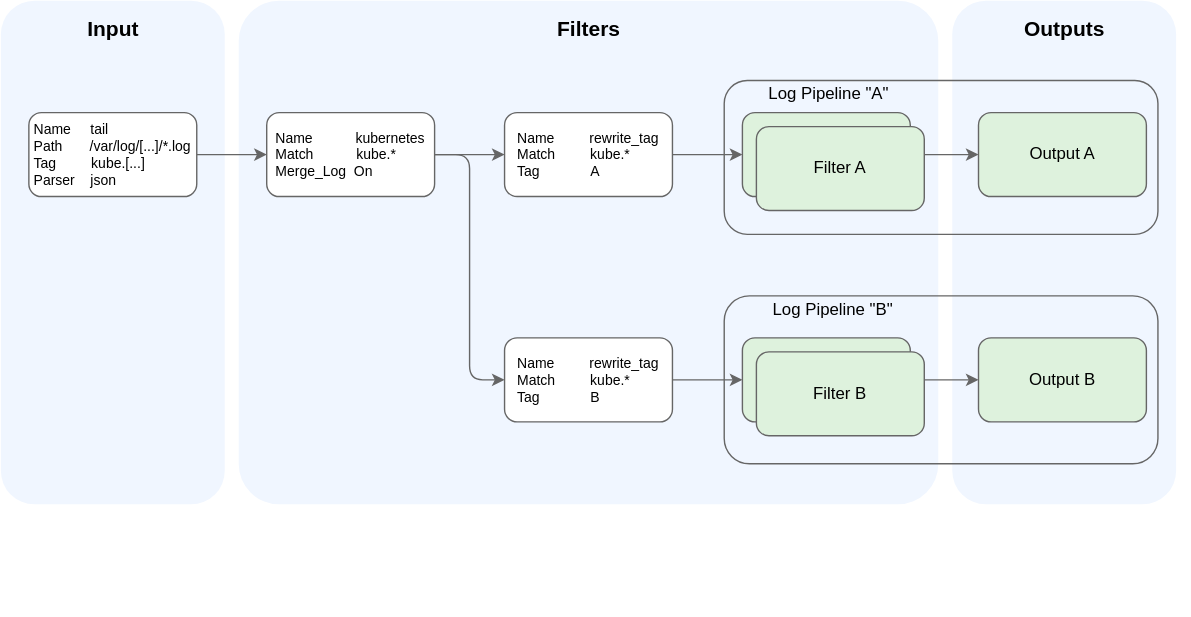
Before: docs/user/assets/logs-pipelines.drawio.svg, a diagram exported from draw.io (kyma-project/telemetry-manager). Source tidied: cells renumbered, new cells last; positions are measured from the earlier drawing's top-left corner, leaving out a move shared by most shapes.
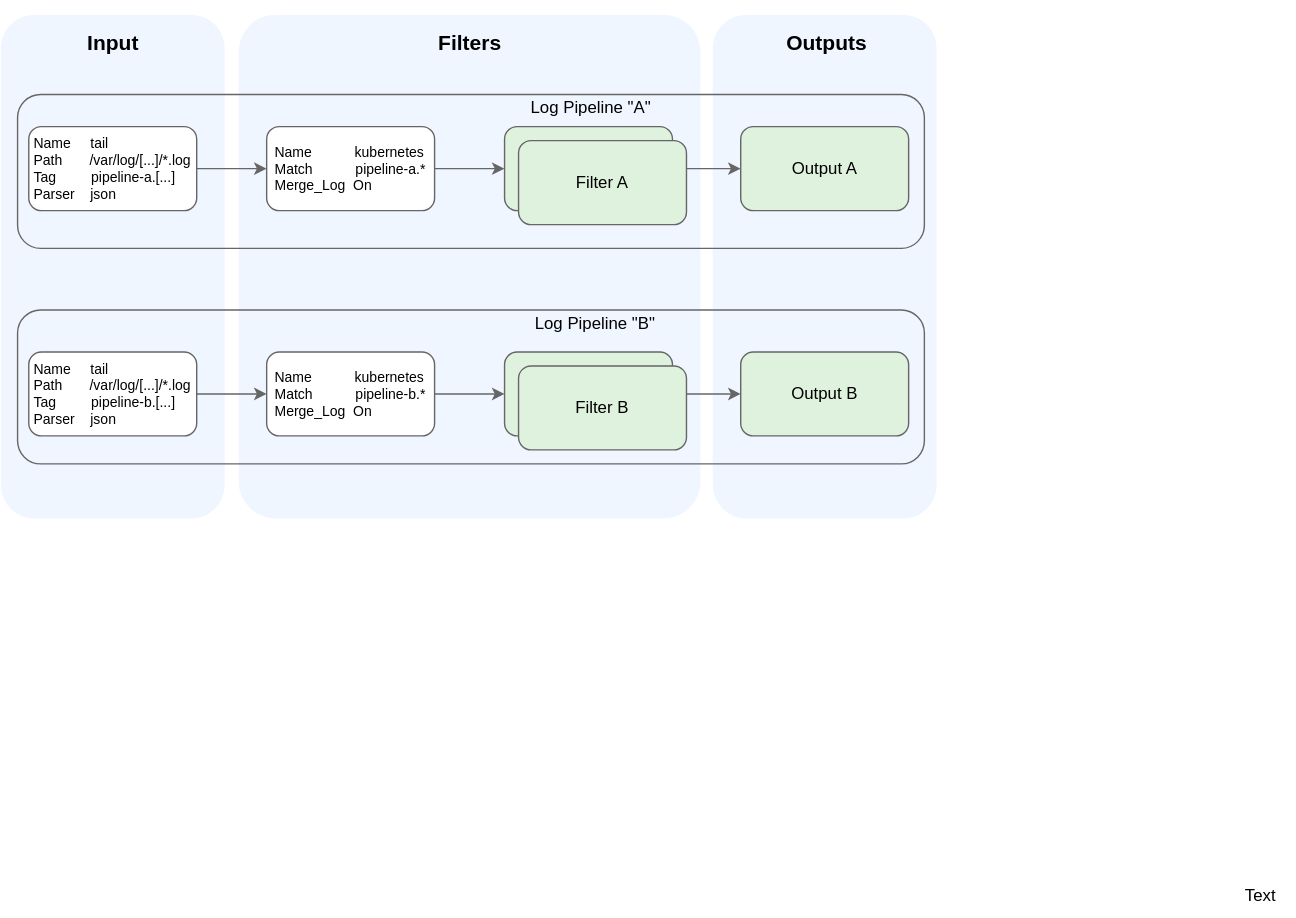
The same diagram one commit later.

Commit message:
docs: Describe multi-tail plugin Fluent Bit setup

Change to the diagram source:
```diff
@@ -3,94 +3,94 @@
     <mxCell id="0" />
     <mxCell id="1" parent="0" />
     <mxCell id="2" style="rounded=0;whiteSpace=wrap;html=1;strokeColor=none;fillColor=#FFFFFF;" parent="1" vertex="1">
-      <mxGeometry width="850" height="440" as="geometry" />
+      <mxGeometry y="-10" width="670" height="370" as="geometry" />
     </mxCell>
+    <mxCell id="21" style="rounded=1;whiteSpace=wrap;html=1;strokeColor=none;fillColor=#F0F6FF;fontColor=#333333;" parent="1" vertex="1">
+      <mxGeometry width="160" height="360" as="geometry" />
+    </mxCell>
     <mxCell id="3" style="rounded=1;whiteSpace=wrap;html=1;strokeColor=none;fillColor=#F0F6FF;fontColor=#333333;" parent="1" vertex="1">
-      <mxGeometry x="680" width="160" height="360" as="geometry" />
+      <mxGeometry x="508.8" width="160" height="360" as="geometry" />
     </mxCell>
     <mxCell id="4" style="rounded=1;whiteSpace=wrap;html=1;comic=0;glass=0;arcSize=8;strokeColor=none;fillColor=#F0F6FF;fontColor=#333333;" parent="1" vertex="1">
-      <mxGeometry x="170" width="500" height="360" as="geometry" />
+      <mxGeometry x="170" width="330" height="360" as="geometry" />
     </mxCell>
-    <mxCell id="5" style="rounded=1;whiteSpace=wrap;html=1;fillColor=none;strokeColor=#666666;" parent="1" vertex="1">
-      <mxGeometry x="517" y="211" width="310" height="120" as="geometry" />
-    </mxCell>
-    <mxCell id="6" style="rounded=1;whiteSpace=wrap;html=1;fillColor=none;strokeColor=#666666;" parent="1" vertex="1">
-      <mxGeometry x="517" y="57" width="310" height="110" as="geometry" />
-    </mxCell>
-    <mxCell id="7" style="edgeStyle=orthogonalEdgeStyle;jettySize=auto;html=1;exitX=1;exitY=0.5;exitDx=0;exitDy=0;entryX=0;entryY=0.5;entryDx=0;entryDy=0;rounded=1;strokeColor=#666666;" parent="1" edge="1" source="24" target="10">
-      <mxGeometry relative="1" as="geometry" />
-    </mxCell>
-    <mxCell id="8" style="edgeStyle=orthogonalEdgeStyle;jettySize=auto;html=1;entryX=0;entryY=0.5;entryDx=0;entryDy=0;rounded=1;strokeColor=#666666;" parent="1" edge="1" target="12">
-      <mxGeometry relative="1" as="geometry">
-        <mxPoint x="310" y="110" as="sourcePoint" />
-        <Array as="points">
-          <mxPoint x="335" y="110" />
-          <mxPoint x="335" y="271" />
-        </Array>
-      </mxGeometry>
-    </mxCell>
-    <mxCell id="9" style="edgeStyle=orthogonalEdgeStyle;rounded=1;jettySize=auto;html=1;exitX=1;exitY=0.5;exitDx=0;exitDy=0;entryX=0;entryY=0.5;entryDx=0;entryDy=0;strokeColor=#666666;" parent="1" edge="1" source="10" target="14">
+    <mxCell id="9" style="edgeStyle=orthogonalEdgeStyle;rounded=1;jettySize=auto;html=1;entryX=0;entryY=0.5;entryDx=0;entryDy=0;strokeColor=#666666;" parent="1" edge="1" source="24" target="14">
       <mxGeometry relative="1" as="geometry" />
     </mxCell>
-    <mxCell id="10" value="&lt;div style=&quot;text-align: justify ; font-size: 10px&quot;&gt;&lt;font style=&quot;font-size: 10px&quot;&gt;Name&amp;nbsp; &amp;nbsp; &amp;nbsp; &amp;nbsp; &amp;nbsp;rewrite_tag&lt;/font&gt;&lt;/div&gt;&lt;div style=&quot;text-align: justify ; font-size: 10px&quot;&gt;&lt;font style=&quot;font-size: 10px&quot;&gt;Match&amp;nbsp; &amp;nbsp; &amp;nbsp; &amp;nbsp; &amp;nbsp;kube.*&lt;/font&gt;&lt;/div&gt;&lt;div style=&quot;text-align: justify ; font-size: 10px&quot;&gt;&lt;font style=&quot;font-size: 10px&quot;&gt;Tag&amp;nbsp; &amp;nbsp; &amp;nbsp; &amp;nbsp; &amp;nbsp; &amp;nbsp; &amp;nbsp;A&lt;/font&gt;&lt;/div&gt;" style="rounded=1;whiteSpace=wrap;html=1;strokeColor=#666666;" parent="1" vertex="1">
-      <mxGeometry x="360" y="80" width="120" height="60" as="geometry" />
-    </mxCell>
-    <mxCell id="11" style="edgeStyle=orthogonalEdgeStyle;rounded=1;jettySize=auto;html=1;exitX=1;exitY=0.5;exitDx=0;exitDy=0;entryX=0;entryY=0.5;entryDx=0;entryDy=0;strokeColor=#666666;" parent="1" edge="1" source="12" target="16">
+    <mxCell id="11" style="edgeStyle=orthogonalEdgeStyle;rounded=1;jettySize=auto;html=1;entryX=0;entryY=0.5;entryDx=0;entryDy=0;strokeColor=#666666;" parent="1" edge="1" source="32" target="16">
       <mxGeometry relative="1" as="geometry" />
     </mxCell>
-    <mxCell id="12" value="&lt;div style=&quot;text-align: justify ; font-size: 10px&quot;&gt;&lt;font style=&quot;font-size: 10px&quot;&gt;Name&amp;nbsp; &amp;nbsp; &amp;nbsp; &amp;nbsp; &amp;nbsp;rewrite_tag&lt;/font&gt;&lt;/div&gt;&lt;div style=&quot;text-align: justify ; font-size: 10px&quot;&gt;&lt;font style=&quot;font-size: 10px&quot;&gt;Match&amp;nbsp; &amp;nbsp; &amp;nbsp; &amp;nbsp; &amp;nbsp;kube.*&lt;/font&gt;&lt;/div&gt;&lt;div style=&quot;text-align: justify ; font-size: 10px&quot;&gt;&lt;font style=&quot;font-size: 10px&quot;&gt;Tag&amp;nbsp; &amp;nbsp; &amp;nbsp; &amp;nbsp; &amp;nbsp; &amp;nbsp; &amp;nbsp;B&lt;/font&gt;&lt;/div&gt;" style="rounded=1;whiteSpace=wrap;html=1;strokeColor=#666666;" parent="1" vertex="1">
-      <mxGeometry x="360" y="241" width="120" height="60" as="geometry" />
-    </mxCell>
     <mxCell id="13" style="edgeStyle=orthogonalEdgeStyle;rounded=1;jettySize=auto;html=1;exitX=1;exitY=0.5;exitDx=0;exitDy=0;entryX=0;entryY=0.5;entryDx=0;entryDy=0;strokeColor=#666666;" parent="1" edge="1" source="14" target="17">
       <mxGeometry relative="1" as="geometry" />
     </mxCell>
     <mxCell id="14" value="&lt;div style=&quot;text-align: justify&quot;&gt;&lt;font style=&quot;font-size: 12px&quot;&gt;Filter A&lt;/font&gt;&lt;/div&gt;" style="rounded=1;whiteSpace=wrap;html=1;fillColor=#DEF2DD;strokeColor=#666666;fontColor=#000000;" parent="1" vertex="1">
-      <mxGeometry x="530" y="80" width="120" height="60" as="geometry" />
+      <mxGeometry x="360" y="80" width="120" height="60" as="geometry" />
     </mxCell>
     <mxCell id="15" style="edgeStyle=orthogonalEdgeStyle;rounded=1;jettySize=auto;html=1;exitX=1;exitY=0.5;exitDx=0;exitDy=0;entryX=0;entryY=0.5;entryDx=0;entryDy=0;strokeColor=#666666;" parent="1" edge="1" source="16" target="18">
       <mxGeometry relative="1" as="geometry" />
     </mxCell>
     <mxCell id="16" value="&lt;div style=&quot;text-align: justify&quot;&gt;&lt;font style=&quot;font-size: 12px&quot;&gt;Filter B&lt;/font&gt;&lt;/div&gt;" style="rounded=1;whiteSpace=wrap;html=1;fillColor=#DEF2DD;strokeColor=#666666;fontColor=#000000;" parent="1" vertex="1">
-      <mxGeometry x="530" y="241" width="120" height="60" as="geometry" />
+      <mxGeometry x="360" y="241" width="120" height="60" as="geometry" />
     </mxCell>
     <mxCell id="17" value="&lt;div style=&quot;text-align: justify&quot;&gt;&lt;font style=&quot;font-size: 12px&quot;&gt;Output A&lt;/font&gt;&lt;/div&gt;" style="rounded=1;whiteSpace=wrap;html=1;fillColor=#DEF2DD;strokeColor=#666666;fontColor=#000000;" parent="1" vertex="1">
-      <mxGeometry x="698.8" y="80" width="120" height="60" as="geometry" />
+      <mxGeometry x="528.8" y="80" width="120" height="60" as="geometry" />
     </mxCell>
     <mxCell id="18" value="&lt;div style=&quot;text-align: justify&quot;&gt;&lt;font style=&quot;font-size: 12px&quot;&gt;Output B&lt;/font&gt;&lt;/div&gt;" style="rounded=1;whiteSpace=wrap;html=1;fillColor=#DEF2DD;strokeColor=#666666;fontColor=#000000;" parent="1" vertex="1">
-      <mxGeometry x="698.8" y="241" width="120" height="60" as="geometry" />
+      <mxGeometry x="528.8" y="241" width="120" height="60" as="geometry" />
     </mxCell>
     <mxCell id="19" value="Log Pipeline &quot;B&quot;" style="text;html=1;align=center;verticalAlign=middle;whiteSpace=wrap;rounded=0;fontColor=#000000;" parent="1" vertex="1">
-      <mxGeometry x="550" y="211" width="90" height="20" as="geometry" />
+      <mxGeometry x="380" y="211" width="90" height="20" as="geometry" />
     </mxCell>
     <mxCell id="20" value="Log Pipeline &quot;A&quot;" style="text;html=1;align=center;verticalAlign=middle;whiteSpace=wrap;rounded=0;fontColor=#000000;" parent="1" vertex="1">
-      <mxGeometry x="547" y="57" width="90" height="20" as="geometry" />
+      <mxGeometry x="377" y="57" width="90" height="20" as="geometry" />
     </mxCell>
-    <mxCell id="21" style="rounded=1;whiteSpace=wrap;html=1;strokeColor=none;fillColor=#F0F6FF;fontColor=#333333;" parent="1" vertex="1">
-      <mxGeometry width="160" height="360" as="geometry" />
-    </mxCell>
     <mxCell id="22" style="edgeStyle=orthogonalEdgeStyle;rounded=1;jettySize=auto;html=1;exitX=1;exitY=0.5;exitDx=0;exitDy=0;entryX=0;entryY=0.5;entryDx=0;entryDy=0;strokeColor=#666666;" parent="1" edge="1" source="23" target="24">
       <mxGeometry relative="1" as="geometry" />
     </mxCell>
-    <mxCell id="23" value="&lt;div style=&quot;text-align: justify ; font-size: 10px&quot;&gt;&lt;font style=&quot;font-size: 10px&quot;&gt;Name&amp;nbsp; &amp;nbsp; &amp;nbsp;tail&lt;/font&gt;&lt;/div&gt;&lt;div style=&quot;text-align: justify ; font-size: 10px&quot;&gt;&lt;font style=&quot;font-size: 10px&quot;&gt;Path&amp;nbsp; &amp;nbsp; &amp;nbsp; &amp;nbsp;/var/log/[...]/*.log&lt;/font&gt;&lt;/div&gt;&lt;div style=&quot;text-align: justify ; font-size: 10px&quot;&gt;&lt;font style=&quot;font-size: 10px&quot;&gt;Tag&amp;nbsp; &amp;nbsp; &amp;nbsp; &amp;nbsp; &amp;nbsp;kube.[...]&lt;/font&gt;&lt;/div&gt;&lt;div style=&quot;text-align: justify ; font-size: 10px&quot;&gt;&lt;font style=&quot;font-size: 10px&quot;&gt;Parser&amp;nbsp; &amp;nbsp; json&amp;nbsp;&lt;/font&gt;&lt;/div&gt;" style="rounded=1;whiteSpace=wrap;html=1;strokeColor=#666666;" parent="1" vertex="1">
+    <mxCell id="23" value="&lt;div style=&quot;text-align: justify ; font-size: 10px&quot;&gt;&lt;font style=&quot;font-size: 10px&quot;&gt;Name&amp;nbsp; &amp;nbsp; &amp;nbsp;tail&lt;/font&gt;&lt;/div&gt;&lt;div style=&quot;text-align: justify ; font-size: 10px&quot;&gt;&lt;font style=&quot;font-size: 10px&quot;&gt;Path&amp;nbsp; &amp;nbsp; &amp;nbsp; &amp;nbsp;/var/log/[...]/*.log&lt;/font&gt;&lt;/div&gt;&lt;div style=&quot;text-align: justify ; font-size: 10px&quot;&gt;&lt;font style=&quot;font-size: 10px&quot;&gt;Tag&amp;nbsp; &amp;nbsp; &amp;nbsp; &amp;nbsp; &amp;nbsp;pipeline-a.[...]&lt;/font&gt;&lt;/div&gt;&lt;div style=&quot;text-align: justify ; font-size: 10px&quot;&gt;&lt;font style=&quot;font-size: 10px&quot;&gt;Parser&amp;nbsp; &amp;nbsp; json&amp;nbsp;&lt;/font&gt;&lt;/div&gt;" style="rounded=1;whiteSpace=wrap;html=1;strokeColor=#666666;" parent="1" vertex="1">
       <mxGeometry x="20" y="80" width="120" height="60" as="geometry" />
     </mxCell>
-    <mxCell id="24" value="&lt;div style=&quot;text-align: justify ; font-size: 10px&quot;&gt;&lt;font style=&quot;font-size: 10px&quot;&gt;Name&amp;nbsp; &amp;nbsp; &amp;nbsp; &amp;nbsp; &amp;nbsp; &amp;nbsp;kubernetes&lt;/font&gt;&lt;/div&gt;&lt;div style=&quot;text-align: justify ; font-size: 10px&quot;&gt;&lt;font style=&quot;font-size: 10px&quot;&gt;Match&amp;nbsp; &amp;nbsp; &amp;nbsp; &amp;nbsp; &amp;nbsp; &amp;nbsp;kube.*&lt;/font&gt;&lt;/div&gt;&lt;div style=&quot;text-align: justify ; font-size: 10px&quot;&gt;&lt;font style=&quot;font-size: 10px&quot;&gt;Merge_Log&amp;nbsp; On&lt;/font&gt;&lt;/div&gt;" style="rounded=1;whiteSpace=wrap;html=1;strokeColor=#666666;" parent="1" vertex="1">
+    <mxCell id="24" value="&lt;div style=&quot;text-align: justify ; font-size: 10px&quot;&gt;&lt;font style=&quot;font-size: 10px&quot;&gt;Name&amp;nbsp; &amp;nbsp; &amp;nbsp; &amp;nbsp; &amp;nbsp; &amp;nbsp;kubernetes&lt;/font&gt;&lt;/div&gt;&lt;div style=&quot;text-align: justify ; font-size: 10px&quot;&gt;&lt;font style=&quot;font-size: 10px&quot;&gt;Match&amp;nbsp; &amp;nbsp; &amp;nbsp; &amp;nbsp; &amp;nbsp; &amp;nbsp;pipeline-a.*&lt;/font&gt;&lt;/div&gt;&lt;div style=&quot;text-align: justify ; font-size: 10px&quot;&gt;&lt;font style=&quot;font-size: 10px&quot;&gt;Merge_Log&amp;nbsp; On&lt;/font&gt;&lt;/div&gt;" style="rounded=1;whiteSpace=wrap;html=1;strokeColor=#666666;" parent="1" vertex="1">
       <mxGeometry x="190" y="80" width="120" height="60" as="geometry" />
     </mxCell>
     <mxCell id="25" value="&lt;font style=&quot;font-size: 15px&quot;&gt;&lt;b&gt;Input&lt;/b&gt;&lt;/font&gt;" style="text;html=1;align=center;verticalAlign=middle;" parent="1" vertex="1">
       <mxGeometry x="55" y="10" width="50" height="20" as="geometry" />
     </mxCell>
     <mxCell id="26" value="&lt;font style=&quot;font-size: 15px&quot;&gt;&lt;b&gt;Outputs&lt;/b&gt;&lt;/font&gt;" style="text;html=1;align=center;verticalAlign=middle;" parent="1" vertex="1">
-      <mxGeometry x="725" y="10" width="70" height="20" as="geometry" />
+      <mxGeometry x="555" y="10" width="70" height="20" as="geometry" />
     </mxCell>
     <mxCell id="27" value="&lt;font style=&quot;font-size: 15px&quot;&gt;&lt;b&gt;Filters&lt;/b&gt;&lt;/font&gt;" style="text;html=1;align=center;verticalAlign=middle;" parent="1" vertex="1">
-      <mxGeometry x="390" y="10" width="60" height="20" as="geometry" />
+      <mxGeometry x="305" y="10" width="60" height="20" as="geometry" />
     </mxCell>
     <mxCell id="28" value="&lt;div style=&quot;text-align: justify&quot;&gt;&lt;font style=&quot;font-size: 12px&quot;&gt;Filter A&lt;/font&gt;&lt;/div&gt;" style="rounded=1;whiteSpace=wrap;html=1;fillColor=#DEF2DD;strokeColor=#666666;fontColor=#000000;" parent="1" vertex="1">
-      <mxGeometry x="540" y="90" width="120" height="60" as="geometry" />
+      <mxGeometry x="370" y="90" width="120" height="60" as="geometry" />
     </mxCell>
     <mxCell id="29" value="&lt;div style=&quot;text-align: justify&quot;&gt;&lt;font style=&quot;font-size: 12px&quot;&gt;Filter B&lt;/font&gt;&lt;/div&gt;" style="rounded=1;whiteSpace=wrap;html=1;fillColor=#DEF2DD;strokeColor=#666666;fontColor=#000000;" parent="1" vertex="1">
-      <mxGeometry x="540" y="251" width="120" height="60" as="geometry" />
+      <mxGeometry x="370" y="251" width="120" height="60" as="geometry" />
     </mxCell>
+    <mxCell id="30" value="Text" style="text;html=1;align=center;verticalAlign=middle;fillColor=none;strokeColor=none;rounded=0;" parent="1" vertex="1">
+      <mxGeometry x="875" y="615" width="50" height="30" as="geometry" />
+    </mxCell>
+    <mxCell id="31" value="&lt;div style=&quot;text-align: justify ; font-size: 10px&quot;&gt;&lt;font style=&quot;font-size: 10px&quot;&gt;Name&amp;nbsp; &amp;nbsp; &amp;nbsp;tail&lt;/font&gt;&lt;/div&gt;&lt;div style=&quot;text-align: justify ; font-size: 10px&quot;&gt;&lt;font style=&quot;font-size: 10px&quot;&gt;Path&amp;nbsp; &amp;nbsp; &amp;nbsp; &amp;nbsp;/var/log/[...]/*.log&lt;/font&gt;&lt;/div&gt;&lt;div style=&quot;text-align: justify ; font-size: 10px&quot;&gt;&lt;font style=&quot;font-size: 10px&quot;&gt;Tag&amp;nbsp; &amp;nbsp; &amp;nbsp; &amp;nbsp; &amp;nbsp;pipeline-b.[...]&lt;/font&gt;&lt;/div&gt;&lt;div style=&quot;text-align: justify ; font-size: 10px&quot;&gt;&lt;font style=&quot;font-size: 10px&quot;&gt;Parser&amp;nbsp; &amp;nbsp; json&amp;nbsp;&lt;/font&gt;&lt;/div&gt;" style="rounded=1;whiteSpace=wrap;html=1;strokeColor=#666666;" parent="1" vertex="1">
+      <mxGeometry x="20" y="241" width="120" height="60" as="geometry" />
+    </mxCell>
+    <mxCell id="32" value="&lt;div style=&quot;text-align: justify ; font-size: 10px&quot;&gt;&lt;font style=&quot;font-size: 10px&quot;&gt;Name&amp;nbsp; &amp;nbsp; &amp;nbsp; &amp;nbsp; &amp;nbsp; &amp;nbsp;kubernetes&lt;/font&gt;&lt;/div&gt;&lt;div style=&quot;text-align: justify ; font-size: 10px&quot;&gt;&lt;font style=&quot;font-size: 10px&quot;&gt;Match&amp;nbsp; &amp;nbsp; &amp;nbsp; &amp;nbsp; &amp;nbsp; &amp;nbsp;pipeline-b.*&lt;/font&gt;&lt;/div&gt;&lt;div style=&quot;text-align: justify ; font-size: 10px&quot;&gt;&lt;font style=&quot;font-size: 10px&quot;&gt;Merge_Log&amp;nbsp; On&lt;/font&gt;&lt;/div&gt;" style="rounded=1;whiteSpace=wrap;html=1;strokeColor=#666666;" parent="1" vertex="1">
+      <mxGeometry x="190" y="241" width="120" height="60" as="geometry" />
+    </mxCell>
+    <mxCell id="33" style="edgeStyle=orthogonalEdgeStyle;rounded=1;jettySize=auto;html=1;exitX=1;exitY=0.5;exitDx=0;exitDy=0;strokeColor=#666666;" parent="1" edge="1" source="31" target="32">
+      <mxGeometry relative="1" as="geometry" />
+    </mxCell>
+    <mxCell id="6" style="rounded=1;whiteSpace=wrap;html=1;fillColor=none;strokeColor=#666666;" parent="1" vertex="1">
+      <mxGeometry x="12" y="57" width="648" height="110" as="geometry" />
+    </mxCell>
+    <mxCell id="34" style="rounded=1;whiteSpace=wrap;html=1;fillColor=none;strokeColor=#666666;" parent="1" vertex="1">
+      <mxGeometry x="12" y="211" width="648" height="110" as="geometry" />
+    </mxCell>
+    <mxCell id="35" style="edgeStyle=orthogonalEdgeStyle;rounded=0;orthogonalLoop=1;jettySize=auto;html=1;exitX=0.5;exitY=1;exitDx=0;exitDy=0;" parent="1" edge="1" source="2" target="2">
+      <mxGeometry relative="1" as="geometry" />
+    </mxCell>
+    <mxCell id="36" style="edgeStyle=orthogonalEdgeStyle;rounded=0;orthogonalLoop=1;jettySize=auto;html=1;exitX=0.5;exitY=1;exitDx=0;exitDy=0;" parent="1" edge="1" source="2" target="2">
+      <mxGeometry relative="1" as="geometry" />
+    </mxCell>
   </root>
 </mxGraphModel>
```
